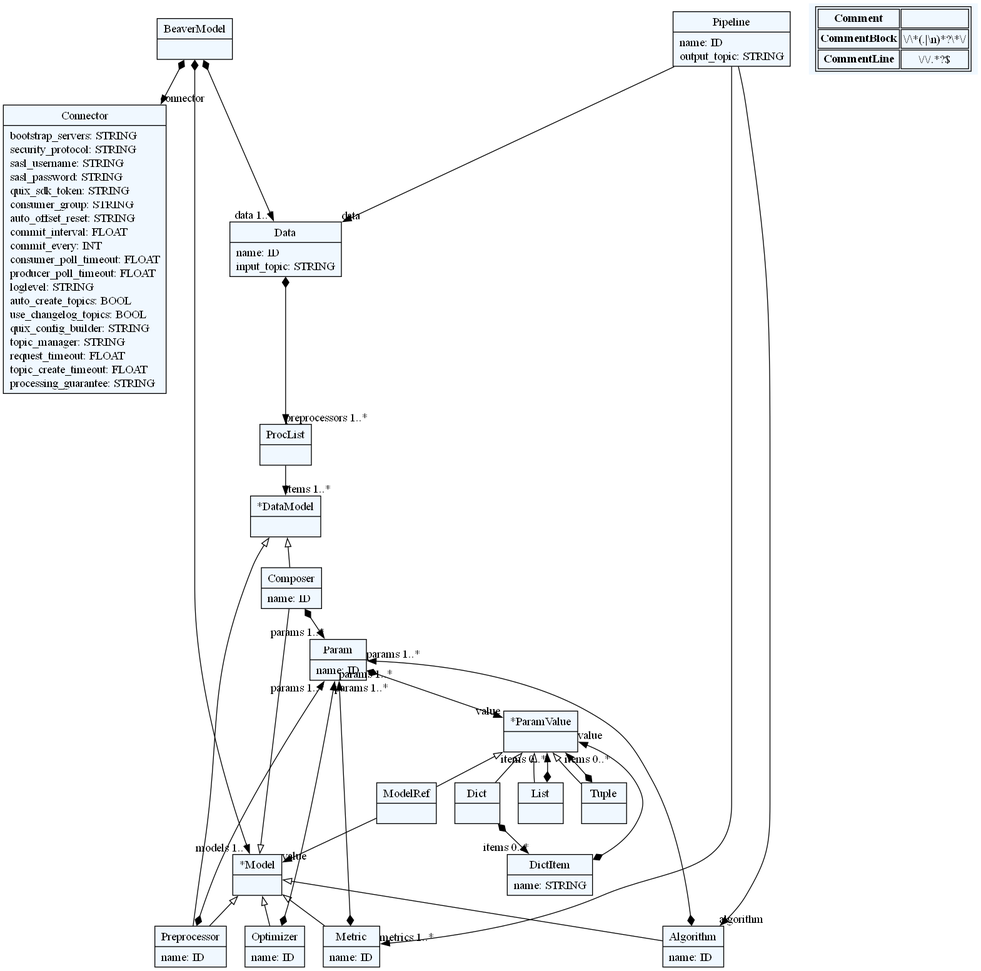
Before: beaver/refactoring-beaver/grammar/pipeline.dot.png, a diagram exported from Graphviz (deepblue597/beaver). Its source is kept beside it as beaver/refactoring-beaver/grammar/pipeline.dot.
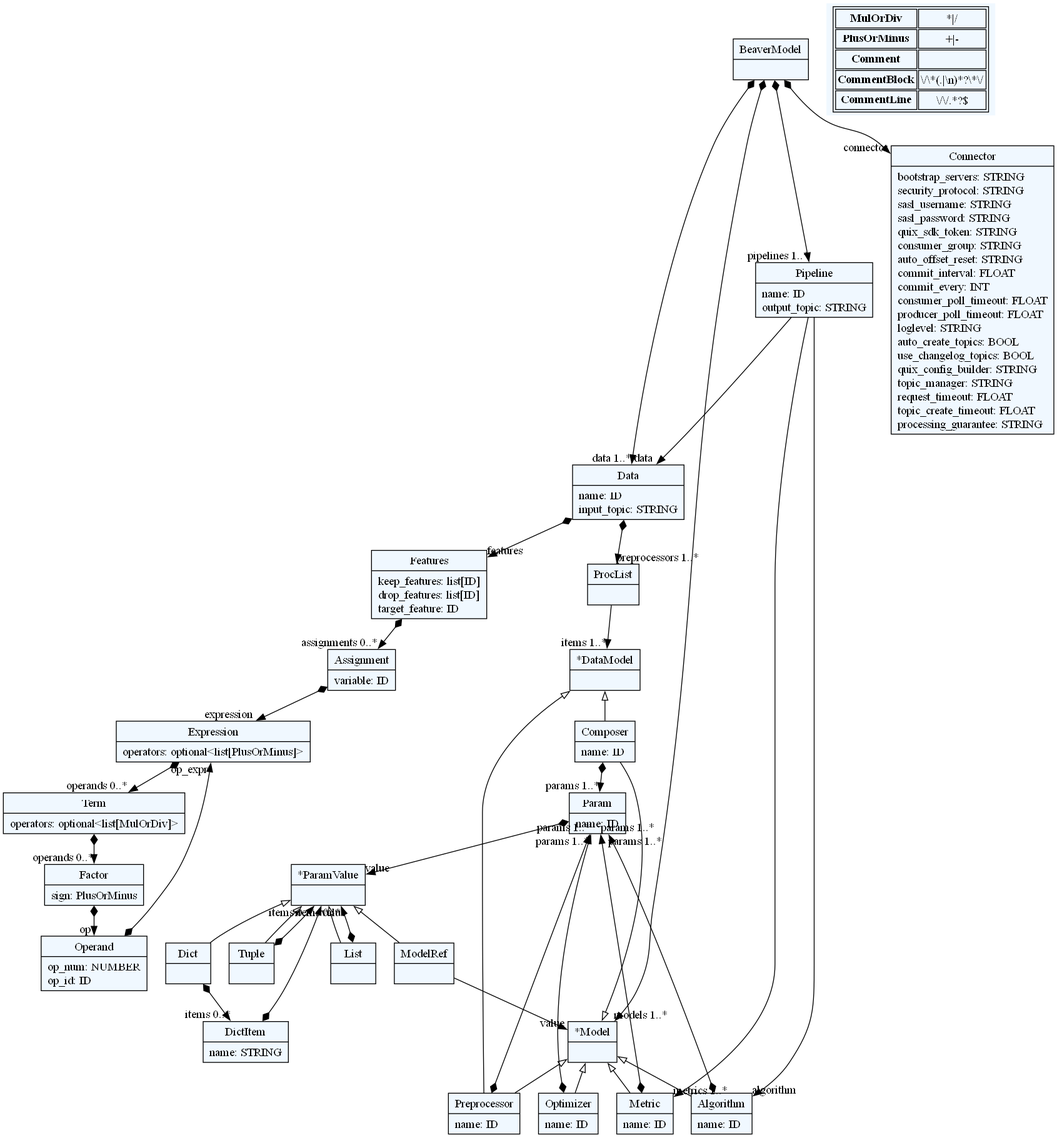
After the change.

Change to the diagram source:
```diff
@@ -10,77 +10,103 @@
     edge[dir=black,arrowtail=empty]
 
 
-2462811762144[ label="{BeaverModel|}"]
+2249549835936[ label="{BeaverModel|}"]
 
-2462811755904[ label="{Pipeline|name: ID\loutput_topic: STRING\l}"]
+2249583498048[ label="{Pipeline|name: ID\loutput_topic: STRING\l}"]
 
-2462811183568[ label="{Data|name: ID\linput_topic: STRING\l}"]
+2249584104304[ label="{Data|name: ID\linput_topic: STRING\l}"]
 
-2462811184192[ label="{ProcList|}"]
+2249584104112[ label="{ProcList|}"]
 
-2462811184384[ label="{Connector|bootstrap_servers: STRING\lsecurity_protocol: STRING\lsasl_username: STRING\lsasl_password: STRING\lquix_sdk_token: STRING\lconsumer_group: STRING\lauto_offset_reset: STRING\lcommit_interval: FLOAT\lcommit_every: INT\lconsumer_poll_timeout: FLOAT\lproducer_poll_timeout: FLOAT\lloglevel: STRING\lauto_create_topics: BOOL\luse_changelog_topics: BOOL\lquix_config_builder: STRING\ltopic_manager: STRING\lrequest_timeout: FLOAT\ltopic_create_timeout: FLOAT\lprocessing_guarantee: STRING\l}"]
+2249584103968[ label="{Features|keep_features: list[ID]\ldrop_features: list[ID]\ltarget_feature: ID\l}"]
 
-2462811184480[ label="{List|}"]
+2249584100032[ label="{Assignment|variable: ID\l}"]
 
-2462811184528[ label="{Tuple|}"]
+2249584099984[ label="{Expression|operators: optional\<list[PlusOrMinus]\>\l}"]
 
-2462811184624[ label="{Dict|}"]
+2249584099744[ label="{Term|operators: optional\<list[MulOrDiv]\>\l}"]
 
-2462811184720[ label="{DictItem|name: STRING\l}"]
+2249584100080[ label="{Factor|sign: PlusOrMinus\l}"]
 
-2462811184816[ label="{ModelRef|}"]
+2249584104352[ label="{Operand|op_num: NUMBER\lop_id: ID\l}"]
 
-2462811184912[ label="{Param|name: ID\l}"]
+2249584104736[ label="{Connector|bootstrap_servers: STRING\lsecurity_protocol: STRING\lsasl_username: STRING\lsasl_password: STRING\lquix_sdk_token: STRING\lconsumer_group: STRING\lauto_offset_reset: STRING\lcommit_interval: FLOAT\lcommit_every: INT\lconsumer_poll_timeout: FLOAT\lproducer_poll_timeout: FLOAT\lloglevel: STRING\lauto_create_topics: BOOL\luse_changelog_topics: BOOL\lquix_config_builder: STRING\ltopic_manager: STRING\lrequest_timeout: FLOAT\ltopic_create_timeout: FLOAT\lprocessing_guarantee: STRING\l}"]
 
-2462811185104[ label="{*ParamValue|}"]
+2249550026352[ label="{List|}"]
 
-2462811186304[ label="{*Model|}"]
+2249584105648[ label="{Tuple|}"]
 
-2462811187696[ label="{*DataModel|}"]
+2249584105792[ label="{Dict|}"]
 
-2462811187792[ label="{Composer|name: ID\l}"]
+2249584106320[ label="{DictItem|name: STRING\l}"]
 
-2462811187888[ label="{Preprocessor|name: ID\l}"]
+2249584105168[ label="{ModelRef|}"]
 
-2462811187984[ label="{Algorithm|name: ID\l}"]
+2249584106512[ label="{Param|name: ID\l}"]
 
-2462811187936[ label="{Optimizer|name: ID\l}"]
+2249584106608[ label="{*ParamValue|}"]
 
-2462811185248[ label="{Metric|name: ID\l}"]
+2249584107136[ label="{*Model|}"]
+
+2249584107232[ label="{*DataModel|}"]
+
+2249584107328[ label="{Composer|name: ID\l}"]
+
+2249584107424[ label="{Preprocessor|name: ID\l}"]
+
+2249584531200[ label="{Algorithm|name: ID\l}"]
+
+2249584107568[ label="{Optimizer|name: ID\l}"]
+
+2249584107616[ label="{Metric|name: ID\l}"]
 
 
 
-2462811762144 -> 2462811184384[arrowtail=diamond, dir=both, headlabel="connector "]
-2462811762144 -> 2462811186304[arrowtail=diamond, dir=both, headlabel="models 1..*"]
-2462811762144 -> 2462811183568[arrowtail=diamond, dir=both, headlabel="data 1..*"]
-2462811755904 -> 2462811183568[headlabel="data "]
-2462811755904 -> 2462811187984[headlabel="algorithm "]
-2462811755904 -> 2462811185248[headlabel="metrics 1..*"]
-2462811183568 -> 2462811184192[arrowtail=diamond, dir=both, headlabel="preprocessors 1..*"]
-2462811184192 -> 2462811187696[headlabel="items 1..*"]
-2462811184480 -> 2462811185104[arrowtail=diamond, dir=both, headlabel="items 0..*"]
-2462811184528 -> 2462811185104[arrowtail=diamond, dir=both, headlabel="items 0..*"]
-2462811184624 -> 2462811184720[arrowtail=diamond, dir=both, headlabel="items 0..*"]
-2462811184720 -> 2462811185104[arrowtail=diamond, dir=both, headlabel="value "]
-2462811184816 -> 2462811186304[headlabel="value "]
-2462811184912 -> 2462811185104[arrowtail=diamond, dir=both, headlabel="value "]
-2462811185104 -> 2462811184528 [dir=back]
-2462811185104 -> 2462811184480 [dir=back]
-2462811185104 -> 2462811184624 [dir=back]
-2462811185104 -> 2462811184816 [dir=back]
-2462811186304 -> 2462811187792 [dir=back]
-2462811186304 -> 2462811187888 [dir=back]
-2462811186304 -> 2462811187984 [dir=back]
-2462811186304 -> 2462811187936 [dir=back]
-2462811186304 -> 2462811185248 [dir=back]
-2462811187696 -> 2462811187792 [dir=back]
-2462811187696 -> 2462811187888 [dir=back]
-2462811187792 -> 2462811184912[arrowtail=diamond, dir=both, headlabel="params 1..*"]
-2462811187888 -> 2462811184912[arrowtail=diamond, dir=both, headlabel="params 1..*"]
-2462811187984 -> 2462811184912[arrowtail=diamond, dir=both, headlabel="params 1..*"]
-2462811187936 -> 2462811184912[arrowtail=diamond, dir=both, headlabel="params 1..*"]
-2462811185248 -> 2462811184912[arrowtail=diamond, dir=both, headlabel="params 1..*"]
+2249549835936 -> 2249584104736[arrowtail=diamond, dir=both, headlabel="connector "]
+2249549835936 -> 2249584107136[arrowtail=diamond, dir=both, headlabel="models 1..*"]
+2249549835936 -> 2249584104304[arrowtail=diamond, dir=both, headlabel="data 1..*"]
+2249549835936 -> 2249583498048[arrowtail=diamond, dir=both, headlabel="pipelines 1..*"]
+2249583498048 -> 2249584104304[headlabel="data "]
+2249583498048 -> 2249584531200[headlabel="algorithm "]
+2249583498048 -> 2249584107616[headlabel="metrics 1..*"]
+2249584104304 -> 2249584103968[arrowtail=diamond, dir=both, headlabel="features "]
+2249584104304 -> 2249584104112[arrowtail=diamond, dir=both, headlabel="preprocessors 1..*"]
+2249584104112 -> 2249584107232[headlabel="items 1..*"]
+2249584103968 -> 2249584100032[arrowtail=diamond, dir=both, headlabel="assignments 0..*"]
+2249584100032 -> 2249584099984[arrowtail=diamond, dir=both, headlabel="expression "]
+2249584099984 -> 2249584099744[arrowtail=diamond, dir=both, headlabel="operands 0..*"]
+2249584099744 -> 2249584100080[arrowtail=diamond, dir=both, headlabel="operands 0..*"]
+2249584100080 -> 2249584104352[arrowtail=diamond, dir=both, headlabel="op "]
+2249584104352 -> 2249584099984[arrowtail=diamond, dir=both, headlabel="op_expr "]
+2249550026352 -> 2249584106608[arrowtail=diamond, dir=both, headlabel="items 0..*"]
+2249584105648 -> 2249584106608[arrowtail=diamond, dir=both, headlabel="items 0..*"]
+2249584105792 -> 2249584106320[arrowtail=diamond, dir=both, headlabel="items 0..*"]
+2249584106320 -> 2249584106608[arrowtail=diamond, dir=both, headlabel="value "]
+2249584105168 -> 2249584107136[headlabel="value "]
+2249584106512 -> 2249584106608[arrowtail=diamond, dir=both, headlabel="value "]
+2249584106608 -> 2249584105648 [dir=back]
+2249584106608 -> 2249550026352 [dir=back]
+2249584106608 -> 2249584105792 [dir=back]
+2249584106608 -> 2249584105168 [dir=back]
+2249584107136 -> 2249584107328 [dir=back]
+2249584107136 -> 2249584107424 [dir=back]
+2249584107136 -> 2249584531200 [dir=back]
+2249584107136 -> 2249584107568 [dir=back]
+2249584107136 -> 2249584107616 [dir=back]
+2249584107232 -> 2249584107328 [dir=back]
+2249584107232 -> 2249584107424 [dir=back]
+2249584107328 -> 2249584106512[arrowtail=diamond, dir=both, headlabel="params 1..*"]
+2249584107424 -> 2249584106512[arrowtail=diamond, dir=both, headlabel="params 1..*"]
+2249584531200 -> 2249584106512[arrowtail=diamond, dir=both, headlabel="params 1..*"]
+2249584107568 -> 2249584106512[arrowtail=diamond, dir=both, headlabel="params 1..*"]
+2249584107616 -> 2249584106512[arrowtail=diamond, dir=both, headlabel="params 1..*"]
 match_rules [ shape=plaintext, label=< <table>
+	<tr>
+		<td><b>MulOrDiv</b></td><td>*|/</td>
+	</tr>
+	<tr>
+		<td><b>PlusOrMinus</b></td><td>+|-</td>
+	</tr>
 	<tr>
 		<td><b>Comment</b></td><td></td>
 	</tr>
```
